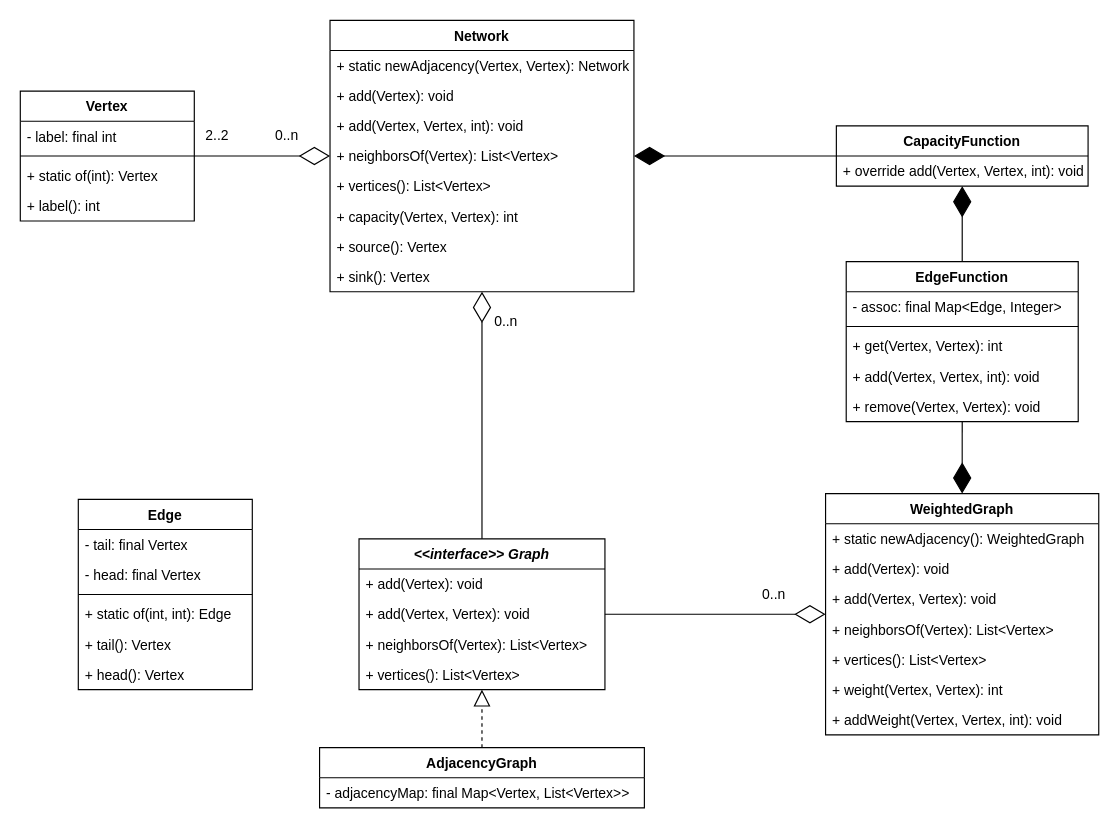
mgmu/jraf keeps this draw.io diagram as docs/graph.drawio. Above is the earlier version. Source tidied: cells renumbered, new cells numbered last; positions are measured from the earlier drawing's top-left corner, leaving out a move shared by most shapes. Both pictures are drawn from the tidied source at 116%, with x=0, y=0 at pixel (20, 20).
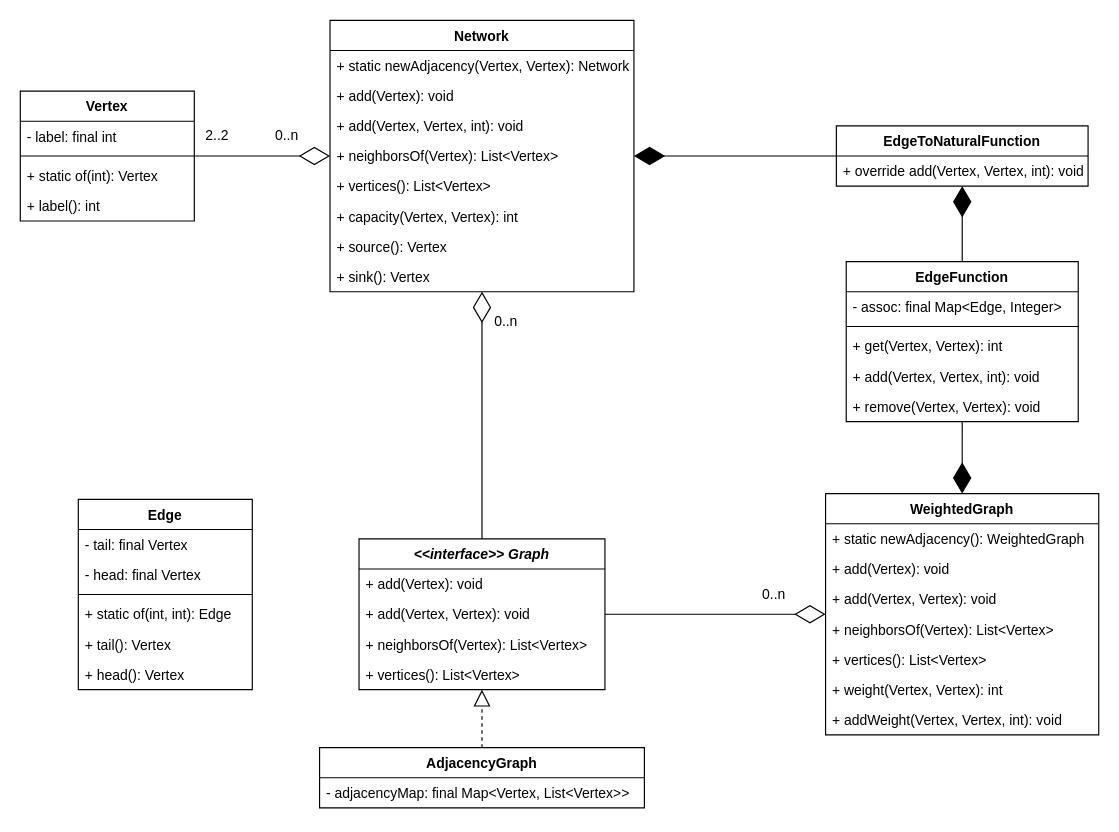
The same diagram, later.

What changed in the source:
```diff
@@
-    <mxCell id="50" value="CapacityFunction" style="swimlane;fontStyle=1;align=center;verticalAlign=top;horizontal=1;startSize=26;" parent="1" vertex="1">
+    <mxCell id="50" value="EdgeToNaturalFunction" style="swimlane;fontStyle=1;align=center;verticalAlign=top;horizontal=1;startSize=26;" parent="1" vertex="1">
       <mxGeometry x="703.5" y="91" width="217" height="52" as="geometry" />
     </mxCell>
```
